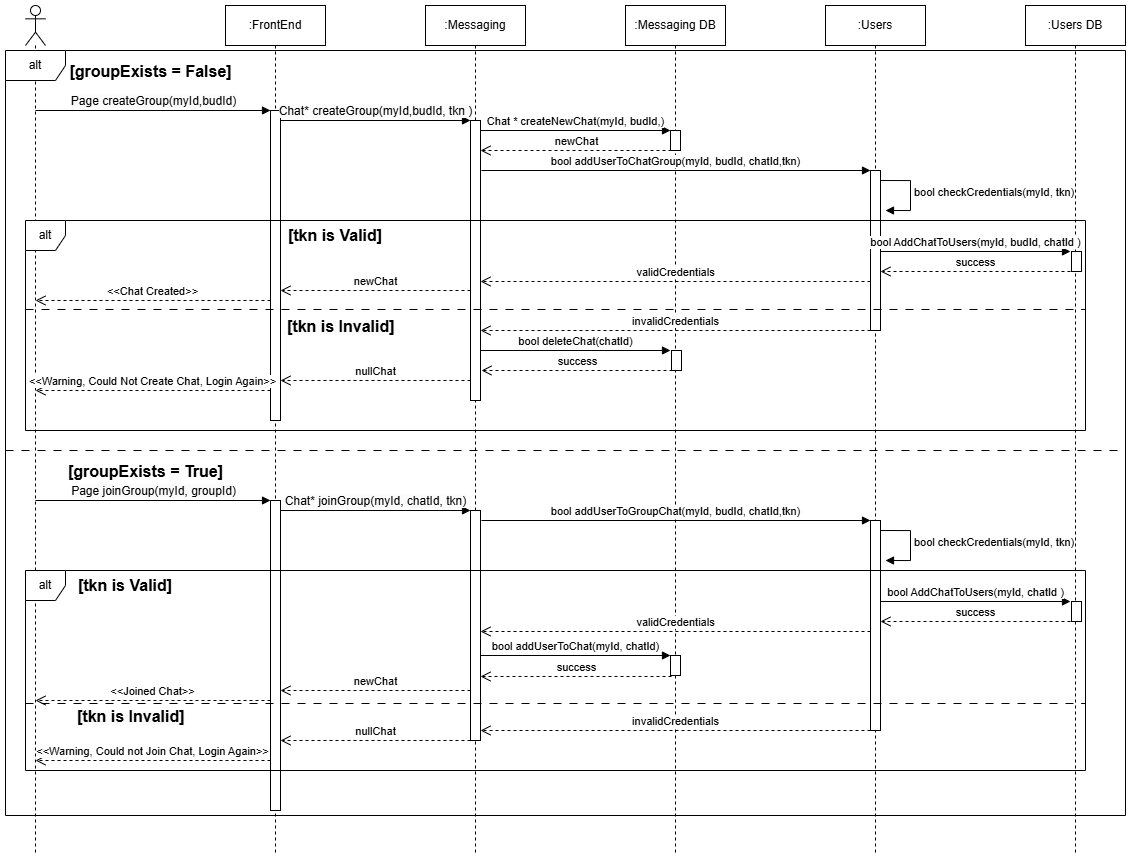
This is documentation/images/Join_Create_Group_Seq_Diagram.png from TrailBlazersInc/TrailBlazers, a draw.io export, as it was before one commit. Source tidied: cells renumbered, new cells last; positions are measured from the earlier drawing's top-left corner, leaving out a move shared by most shapes.
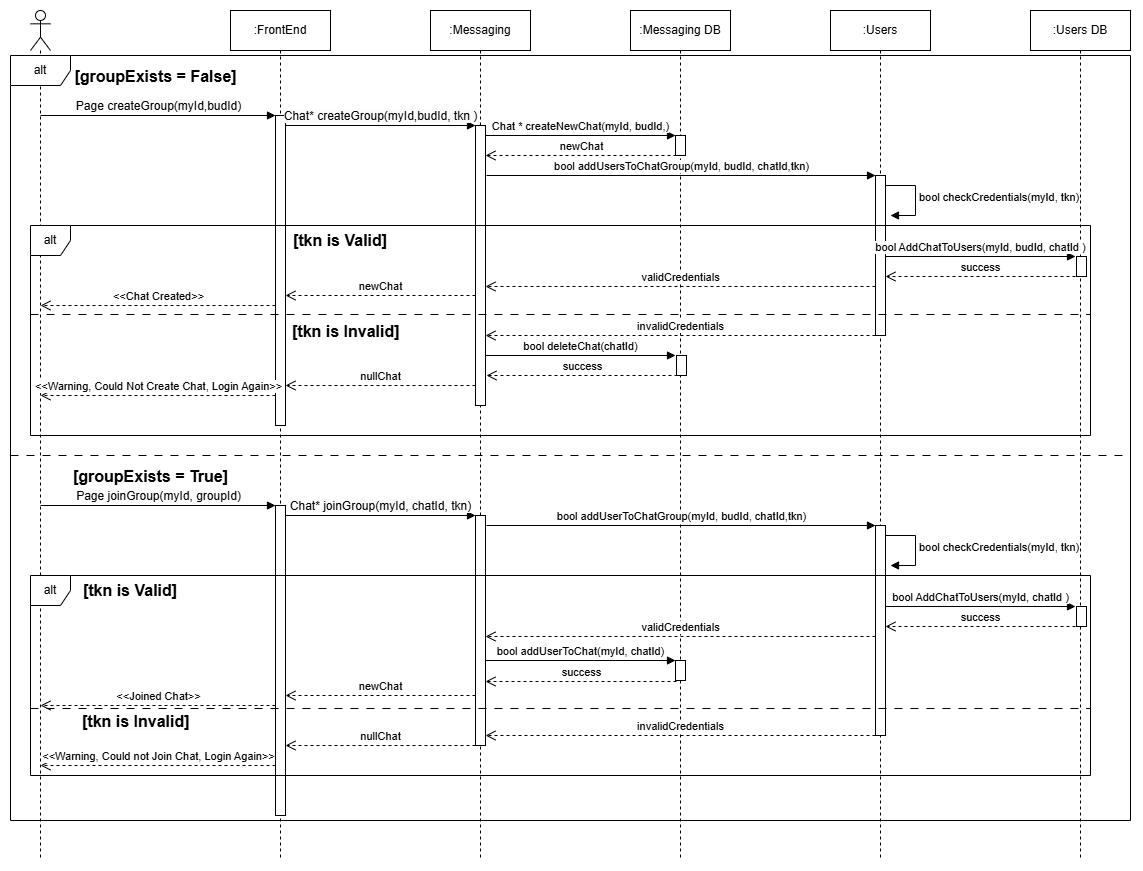
Above is the later version.

Commit message:
Fixed Sequence and use case diagrams

Change to the diagram source:
```diff
@@ -56,7 +56,7 @@
         <mxPoint x="475" y="145" as="targetPoint" />
       </mxGeometry>
     </mxCell>
-    <mxCell id="17" value="bool addUserToChatGroup(myId, budId, chatId,tkn)" style="html=1;verticalAlign=bottom;endArrow=block;curved=0;rounded=0;" parent="1" edge="1">
+    <mxCell id="17" value="bool addUsersToChatGroup(myId, budId, chatId,tkn)" style="html=1;verticalAlign=bottom;endArrow=block;curved=0;rounded=0;" parent="1" edge="1">
       <mxGeometry relative="1" as="geometry">
         <mxPoint x="476" y="165" as="sourcePoint" />
         <mxPoint x="865" y="165" as="targetPoint" />
@@ -194,7 +194,7 @@
         <mxPoint x="475" y="671" as="targetPoint" />
       </mxGeometry>
     </mxCell>
-    <mxCell id="44" value="bool addUserToGroupChat(myId, budId, chatId,tkn)" style="html=1;verticalAlign=bottom;endArrow=block;curved=0;rounded=0;" parent="1" edge="1">
+    <mxCell id="44" value="bool addUserToChatGroup(myId, budId, chatId,tkn)" style="html=1;verticalAlign=bottom;endArrow=block;curved=0;rounded=0;" parent="1" edge="1">
       <mxGeometry relative="1" as="geometry">
         <mxPoint x="476" y="515" as="sourcePoint" />
         <mxPoint x="865" y="515" as="targetPoint" />
```
